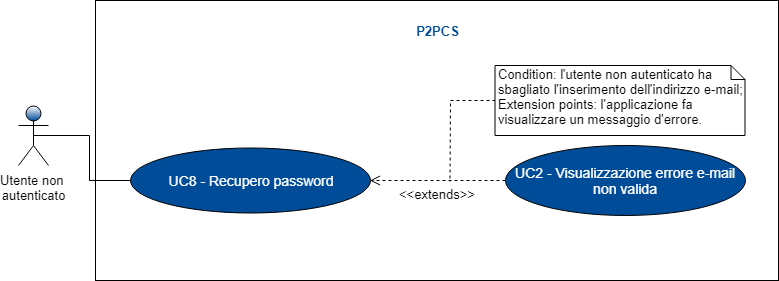
Before: RR/Esterni/Analisi_dei_requisiti/res/images/Schemagenerale3.png, a diagram exported from draw.io (ZeusCode17/P2PCS). Source tidied: cells renumbered, new cells last; positions are measured from the earlier drawing's top-left corner, leaving out a move shared by most shapes. Source of this version:
```xml
<mxGraphModel>
  <root>
    <mxCell id="0" />
    <mxCell id="1" parent="0" />
    <mxCell id="2" style="rounded=0;whiteSpace=wrap;html=1;" parent="1" vertex="1">
      <mxGeometry x="77" width="683" height="280" as="geometry" />
    </mxCell>
    <mxCell id="3" style="edgeStyle=orthogonalEdgeStyle;rounded=0;jettySize=auto;html=1;endArrow=none;endFill=0;fontSize=14;fontColor=#FFFFFF;exitX=0.5;exitY=0.5;exitDx=0;exitDy=0;exitPerimeter=0;entryX=0;entryY=0.5;entryDx=0;entryDy=0;" parent="1" edge="1" source="4" target="5">
      <mxGeometry relative="1" as="geometry" />
    </mxCell>
    <mxCell id="4" value="Utente non &lt;br&gt;autenticato&lt;br style=&quot;font-size: 13px&quot;&gt;" style="shape=umlActor;verticalLabelPosition=bottom;labelBackgroundColor=#ffffff;verticalAlign=top;html=1;shadow=0;strokeColor=#000000;fillColor=#004C99;gradientColor=#ffffff;fontFamily=Helvetica;fontSize=13;fontColor=#000000;gradientDirection=north;" parent="1" vertex="1">
      <mxGeometry y="105" width="30" height="60" as="geometry" />
    </mxCell>
    <mxCell id="5" value="UC8 - Recupero password&lt;br&gt;" style="ellipse;whiteSpace=wrap;html=1;fontSize=14;fontColor=#FFFFFF;fillColor=#004C99;" parent="1" vertex="1">
      <mxGeometry x="111.5" y="147.5" width="240" height="65" as="geometry" />
    </mxCell>
    <mxCell id="6" value="UC2 - Visualizzazione errore e-mail non valida" style="ellipse;whiteSpace=wrap;html=1;fontSize=14;fontColor=#FFFFFF;fillColor=#004C99;" parent="1" vertex="1">
      <mxGeometry x="486.5" y="145" width="240" height="70" as="geometry" />
    </mxCell>
    <mxCell id="7" value="P2PCS" style="text;html=1;strokeColor=none;fillColor=none;align=center;verticalAlign=middle;whiteSpace=wrap;rounded=0;fontSize=13;fontStyle=1;fontColor=#004C99;" parent="1" vertex="1">
      <mxGeometry x="382.5" y="20" width="73" height="20" as="geometry" />
    </mxCell>
    <mxCell id="8" value="&amp;lt;&amp;lt;extends&amp;gt;&amp;gt;" style="html=1;verticalAlign=top;endArrow=open;dashed=1;endSize=8;fontSize=13;fontColor=#000000;labelPosition=center;verticalLabelPosition=bottom;align=center;exitX=0;exitY=0.5;exitDx=0;exitDy=0;" parent="1" edge="1" source="6" target="5">
      <mxGeometry relative="1" as="geometry" />
    </mxCell>
    <mxCell id="9" style="edgeStyle=orthogonalEdgeStyle;rounded=0;jettySize=auto;html=1;exitX=0;exitY=0.5;exitDx=0;exitDy=0;exitPerimeter=0;dashed=1;endArrow=none;endFill=0;" parent="1" edge="1" source="10">
      <mxGeometry relative="1" as="geometry">
        <mxPoint x="431.5" y="181.5" as="targetPoint" />
      </mxGeometry>
    </mxCell>
    <mxCell id="10" value="Condition: l'utente non autenticato ha sbagliato l'inserimento dell'indirizzo e-mail; &lt;br&gt;Extension points:&amp;nbsp;l'applicazione fa visualizzare un messaggio d'errore.&lt;br&gt;" style="shape=note;whiteSpace=wrap;html=1;size=14;verticalAlign=top;align=left;spacingTop=-6;fontSize=13;fontColor=#000000;" parent="1" vertex="1">
      <mxGeometry x="476.5" y="65" width="250" height="70" as="geometry" />
    </mxCell>
  </root>
</mxGraphModel>
```
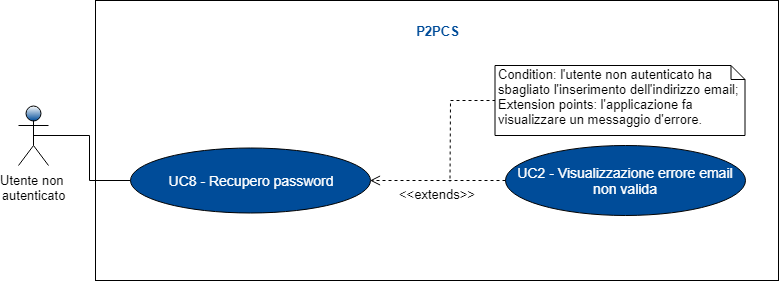
Later version of the same file.

Diff of the diagram source:
```diff
@@ -14,7 +14,7 @@
     <mxCell id="5" value="UC8 - Recupero password&lt;br&gt;" style="ellipse;whiteSpace=wrap;html=1;fontSize=14;fontColor=#FFFFFF;fillColor=#004C99;" parent="1" vertex="1">
       <mxGeometry x="111.5" y="147.5" width="240" height="65" as="geometry" />
     </mxCell>
-    <mxCell id="6" value="UC2 - Visualizzazione errore e-mail non valida" style="ellipse;whiteSpace=wrap;html=1;fontSize=14;fontColor=#FFFFFF;fillColor=#004C99;" parent="1" vertex="1">
+    <mxCell id="6" value="UC2 - Visualizzazione errore email non valida" style="ellipse;whiteSpace=wrap;html=1;fontSize=14;fontColor=#FFFFFF;fillColor=#004C99;" parent="1" vertex="1">
       <mxGeometry x="486.5" y="145" width="240" height="70" as="geometry" />
     </mxCell>
     <mxCell id="7" value="P2PCS" style="text;html=1;strokeColor=none;fillColor=none;align=center;verticalAlign=middle;whiteSpace=wrap;rounded=0;fontSize=13;fontStyle=1;fontColor=#004C99;" parent="1" vertex="1">
@@ -28,7 +28,7 @@
         <mxPoint x="431.5" y="181.5" as="targetPoint" />
       </mxGeometry>
     </mxCell>
-    <mxCell id="10" value="Condition: l'utente non autenticato ha sbagliato l'inserimento dell'indirizzo e-mail; &lt;br&gt;Extension points:&amp;nbsp;l'applicazione fa visualizzare un messaggio d'errore.&lt;br&gt;" style="shape=note;whiteSpace=wrap;html=1;size=14;verticalAlign=top;align=left;spacingTop=-6;fontSize=13;fontColor=#000000;" parent="1" vertex="1">
+    <mxCell id="10" value="Condition: l'utente non autenticato ha sbagliato l'inserimento dell'indirizzo email; &lt;br&gt;Extension points:&amp;nbsp;l'applicazione fa visualizzare un messaggio d'errore.&lt;br&gt;" style="shape=note;whiteSpace=wrap;html=1;size=14;verticalAlign=top;align=left;spacingTop=-6;fontSize=13;fontColor=#000000;" parent="1" vertex="1">
       <mxGeometry x="476.5" y="65" width="250" height="70" as="geometry" />
     </mxCell>
   </root>
```
